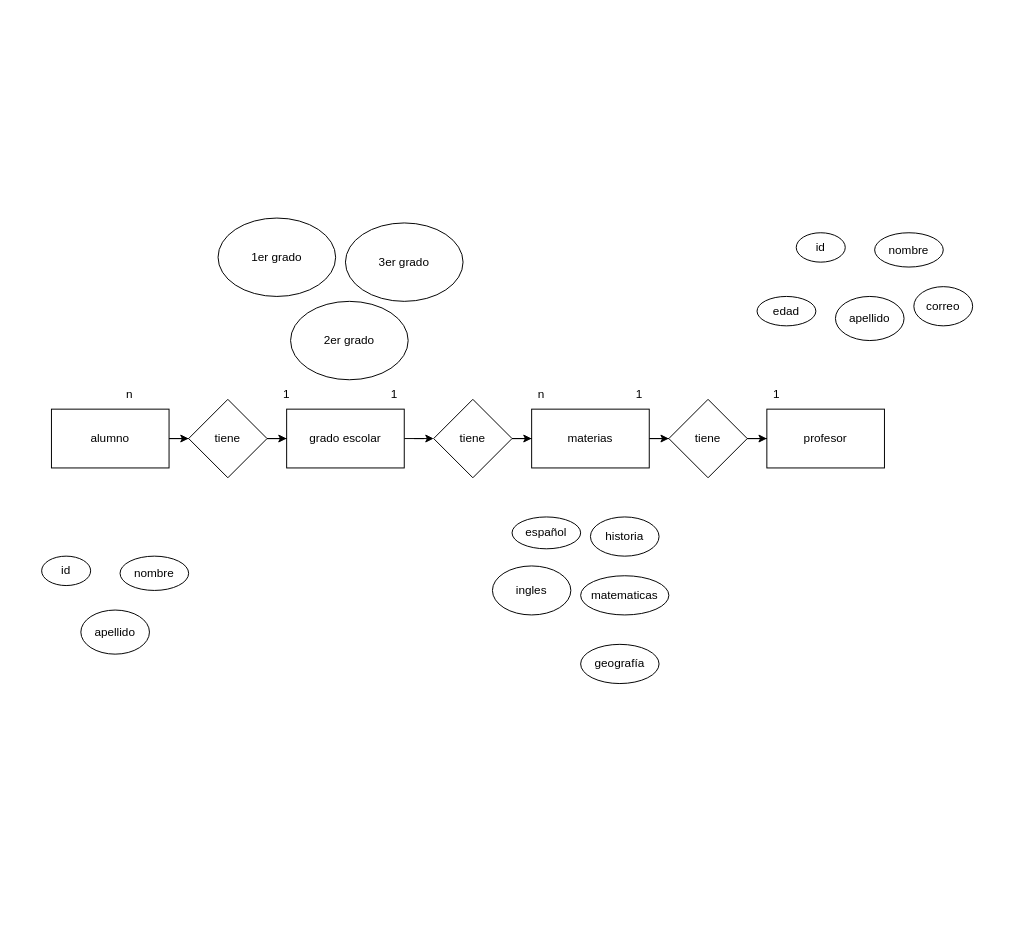
Earlier version of the draw.io diagram BaseDeDatos.drawio (zeykescamilla/ProyectoEscuela). Source tidied: cells renumbered, new cells numbered last; positions are measured from the earlier drawing's top-left corner, leaving out a move shared by most shapes. Both pictures are drawn from the tidied source at 98%, with x=0, y=0 at pixel (41, 218).
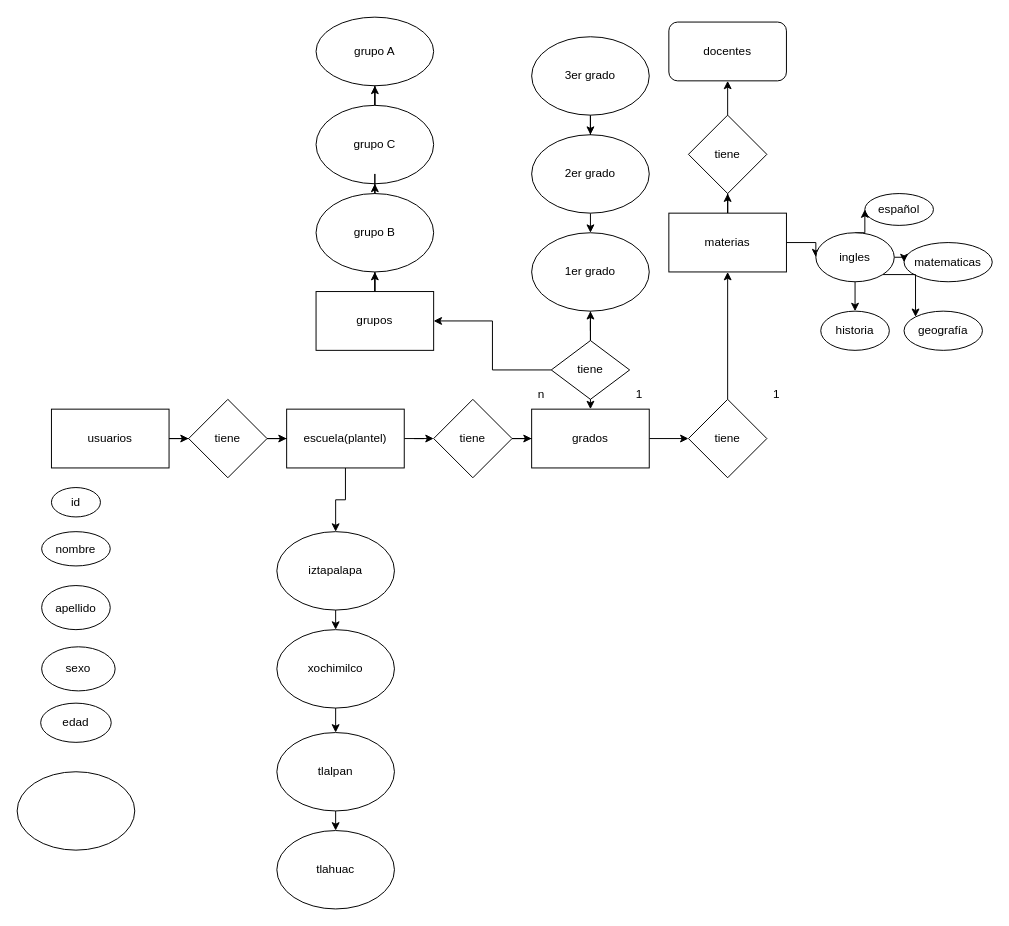
After the change.

Change to the diagram source:
```diff
@@
-    <mxCell id="3" value="alumno" style="rounded=0;whiteSpace=wrap;html=1;" parent="1" vertex="1">
+    <mxCell id="3" value="usuarios" style="rounded=0;whiteSpace=wrap;html=1;" parent="1" vertex="1">
       <mxGeometry x="10" y="195" width="120" height="60" as="geometry" />
     </mxCell>
@@
+    <mxCell id="37" style="edgeStyle=orthogonalEdgeStyle;rounded=0;jettySize=auto;html=1;exitX=0.5;exitY=1;exitDx=0;exitDy=0;" parent="1" edge="1" source="5" target="52">
+      <mxGeometry relative="1" as="geometry" />
+    </mxCell>
-    <mxCell id="5" value="grado escolar" style="rounded=0;whiteSpace=wrap;html=1;" parent="1" vertex="1">
+    <mxCell id="5" value="escuela(plantel)" style="rounded=0;whiteSpace=wrap;html=1;" parent="1" vertex="1">
       <mxGeometry x="250" y="195" width="120" height="60" as="geometry" />
     </mxCell>
@@
-    <mxCell id="7" value="materias" style="rounded=0;whiteSpace=wrap;html=1;" parent="1" vertex="1">
+    <mxCell id="7" value="grados" style="rounded=0;whiteSpace=wrap;html=1;" parent="1" vertex="1">
       <mxGeometry x="500" y="195" width="120" height="60" as="geometry" />
     </mxCell>
@@
-    <mxCell id="12" value="n" style="text;html=1;strokeColor=none;fillColor=none;align=center;verticalAlign=middle;whiteSpace=wrap;rounded=0;" parent="1" vertex="1">
-      <mxGeometry x="60" y="165" width="60" height="30" as="geometry" />
-    </mxCell>
-    <mxCell id="13" value="1" style="text;html=1;strokeColor=none;fillColor=none;align=center;verticalAlign=middle;whiteSpace=wrap;rounded=0;" parent="1" vertex="1">
-      <mxGeometry x="220" y="165" width="60" height="30" as="geometry" />
-    </mxCell>
-    <mxCell id="14" value="1" style="text;html=1;strokeColor=none;fillColor=none;align=center;verticalAlign=middle;whiteSpace=wrap;rounded=0;" parent="1" vertex="1">
-      <mxGeometry x="330" y="165" width="60" height="30" as="geometry" />
-    </mxCell>
@@
     <mxCell id="16" value="nombre" style="ellipse;whiteSpace=wrap;html=1;" parent="1" vertex="1">
-      <mxGeometry x="80" y="345" width="70" height="35" as="geometry" />
+      <mxGeometry y="320" width="70" height="35" as="geometry" />
     </mxCell>
     <mxCell id="17" value="apellido" style="ellipse;whiteSpace=wrap;html=1;" parent="1" vertex="1">
-      <mxGeometry x="40" y="400" width="70" height="45" as="geometry" />
+      <mxGeometry y="375" width="70" height="45" as="geometry" />
     </mxCell>
-    <mxCell id="18" value="correo" style="ellipse;whiteSpace=wrap;html=1;" parent="1" vertex="1">
-      <mxGeometry x="890" y="70" width="60" height="40" as="geometry" />
-    </mxCell>
     <mxCell id="19" value="id" style="ellipse;whiteSpace=wrap;html=1;" parent="1" vertex="1">
-      <mxGeometry y="345" width="50" height="30" as="geometry" />
+      <mxGeometry x="10" y="275" width="50" height="30" as="geometry" />
     </mxCell>
+    <mxCell id="38" style="edgeStyle=orthogonalEdgeStyle;rounded=0;jettySize=auto;html=1;exitX=1;exitY=0.5;exitDx=0;exitDy=0;entryX=0;entryY=0.5;entryDx=0;entryDy=0;" parent="1" edge="1" source="20" target="31">
+      <mxGeometry relative="1" as="geometry" />
+    </mxCell>
+    <mxCell id="39" style="edgeStyle=orthogonalEdgeStyle;rounded=0;jettySize=auto;html=1;exitX=0.5;exitY=0;exitDx=0;exitDy=0;" parent="1" edge="1" source="20" target="67">
+      <mxGeometry relative="1" as="geometry" />
+    </mxCell>
-    <mxCell id="20" value="profesor" style="rounded=0;whiteSpace=wrap;html=1;" parent="1" vertex="1">
-      <mxGeometry x="740" y="195" width="120" height="60" as="geometry" />
+    <mxCell id="20" value="materias" style="rounded=0;whiteSpace=wrap;html=1;" parent="1" vertex="1">
+      <mxGeometry x="640" y="-5" width="120" height="60" as="geometry" />
     </mxCell>
@@
     <mxCell id="24" value="tiene" style="rhombus;whiteSpace=wrap;html=1;" parent="1" vertex="1">
-      <mxGeometry x="640" y="185" width="80" height="80" as="geometry" />
+      <mxGeometry x="660" y="185" width="80" height="80" as="geometry" />
     </mxCell>
-    <mxCell id="25" value="apellido" style="ellipse;whiteSpace=wrap;html=1;" parent="1" vertex="1">
-      <mxGeometry x="810" y="80" width="70" height="45" as="geometry" />
-    </mxCell>
-    <mxCell id="26" value="nombre" style="ellipse;whiteSpace=wrap;html=1;" parent="1" vertex="1">
-      <mxGeometry x="850" y="15" width="70" height="35" as="geometry" />
-    </mxCell>
-    <mxCell id="27" value="id" style="ellipse;whiteSpace=wrap;html=1;" parent="1" vertex="1">
-      <mxGeometry x="770" y="15" width="50" height="30" as="geometry" />
-    </mxCell>
-    <mxCell id="28" value="edad" style="ellipse;whiteSpace=wrap;html=1;" parent="1" vertex="1">
-      <mxGeometry x="730" y="80" width="60" height="30" as="geometry" />
-    </mxCell>
     <mxCell id="29" value="español" style="ellipse;whiteSpace=wrap;html=1;" parent="1" vertex="1">
-      <mxGeometry x="480" y="305" width="70" height="32.5" as="geometry" />
+      <mxGeometry x="840" y="-25" width="70" height="32.5" as="geometry" />
     </mxCell>
     <mxCell id="30" value="matematicas" style="ellipse;whiteSpace=wrap;html=1;" parent="1" vertex="1">
-      <mxGeometry x="550" y="365" width="90" height="40" as="geometry" />
+      <mxGeometry x="880" y="25" width="90" height="40" as="geometry" />
     </mxCell>
+    <mxCell id="40" style="edgeStyle=orthogonalEdgeStyle;rounded=0;jettySize=auto;html=1;exitX=0.5;exitY=0;exitDx=0;exitDy=0;entryX=0;entryY=0.5;entryDx=0;entryDy=0;" parent="1" edge="1" source="31" target="29">
+      <mxGeometry relative="1" as="geometry" />
+    </mxCell>
+    <mxCell id="41" style="edgeStyle=orthogonalEdgeStyle;rounded=0;jettySize=auto;html=1;exitX=0.5;exitY=1;exitDx=0;exitDy=0;entryX=0.5;entryY=0;entryDx=0;entryDy=0;" parent="1" edge="1" source="31" target="36">
+      <mxGeometry relative="1" as="geometry" />
+    </mxCell>
+    <mxCell id="42" style="edgeStyle=orthogonalEdgeStyle;rounded=0;jettySize=auto;html=1;exitX=1;exitY=0.5;exitDx=0;exitDy=0;entryX=0;entryY=0.5;entryDx=0;entryDy=0;" parent="1" edge="1" source="31" target="30">
+      <mxGeometry relative="1" as="geometry" />
+    </mxCell>
+    <mxCell id="43" style="edgeStyle=orthogonalEdgeStyle;rounded=0;jettySize=auto;html=1;exitX=1;exitY=1;exitDx=0;exitDy=0;entryX=0;entryY=0;entryDx=0;entryDy=0;" parent="1" edge="1" source="31" target="35">
+      <mxGeometry relative="1" as="geometry" />
+    </mxCell>
     <mxCell id="31" value="ingles" style="ellipse;whiteSpace=wrap;html=1;" parent="1" vertex="1">
-      <mxGeometry x="460" y="355" width="80" height="50" as="geometry" />
+      <mxGeometry x="790" y="15" width="80" height="50" as="geometry" />
     </mxCell>
+    <mxCell id="44" style="edgeStyle=orthogonalEdgeStyle;rounded=0;jettySize=auto;html=1;exitX=0.5;exitY=1;exitDx=0;exitDy=0;entryX=0.5;entryY=0;entryDx=0;entryDy=0;" parent="1" edge="1" source="32" target="7">
+      <mxGeometry relative="1" as="geometry" />
+    </mxCell>
     <mxCell id="32" value="1er grado" style="ellipse;whiteSpace=wrap;html=1;" parent="1" vertex="1">
-      <mxGeometry x="180" width="120" height="80" as="geometry" />
+      <mxGeometry x="500" y="15" width="120" height="80" as="geometry" />
     </mxCell>
+    <mxCell id="45" style="edgeStyle=orthogonalEdgeStyle;rounded=0;jettySize=auto;html=1;exitX=0.5;exitY=1;exitDx=0;exitDy=0;" parent="1" edge="1" source="33">
+      <mxGeometry relative="1" as="geometry">
+        <mxPoint x="560" y="15" as="targetPoint" />
+      </mxGeometry>
+    </mxCell>
     <mxCell id="33" value="2er grado" style="ellipse;whiteSpace=wrap;html=1;" parent="1" vertex="1">
-      <mxGeometry x="254" y="85" width="120" height="80" as="geometry" />
+      <mxGeometry x="500" y="-85" width="120" height="80" as="geometry" />
     </mxCell>
+    <mxCell id="46" style="edgeStyle=orthogonalEdgeStyle;rounded=0;jettySize=auto;html=1;exitX=0.5;exitY=1;exitDx=0;exitDy=0;" parent="1" edge="1" source="34" target="33">
+      <mxGeometry relative="1" as="geometry" />
+    </mxCell>
     <mxCell id="34" value="3er grado" style="ellipse;whiteSpace=wrap;html=1;" parent="1" vertex="1">
-      <mxGeometry x="310" y="5" width="120" height="80" as="geometry" />
+      <mxGeometry x="500" y="-185" width="120" height="80" as="geometry" />
     </mxCell>
     <mxCell id="35" value="geografía" style="ellipse;whiteSpace=wrap;html=1;" parent="1" vertex="1">
-      <mxGeometry x="550" y="435" width="80" height="40" as="geometry" />
+      <mxGeometry x="880" y="95" width="80" height="40" as="geometry" />
     </mxCell>
     <mxCell id="36" value="historia" style="ellipse;whiteSpace=wrap;html=1;" parent="1" vertex="1">
-      <mxGeometry x="560" y="305" width="70" height="40" as="geometry" />
+      <mxGeometry x="795" y="95" width="70" height="40" as="geometry" />
     </mxCell>
+    <mxCell id="47" style="edgeStyle=orthogonalEdgeStyle;rounded=0;jettySize=auto;html=1;exitX=0.5;exitY=1;exitDx=0;exitDy=0;entryX=0.5;entryY=0;entryDx=0;entryDy=0;" parent="1" edge="1" source="48" target="50">
+      <mxGeometry relative="1" as="geometry" />
+    </mxCell>
+    <mxCell id="48" value="xochimilco" style="ellipse;whiteSpace=wrap;html=1;" parent="1" vertex="1">
+      <mxGeometry x="240" y="420" width="120" height="80" as="geometry" />
+    </mxCell>
+    <mxCell id="49" style="edgeStyle=orthogonalEdgeStyle;rounded=0;jettySize=auto;html=1;exitX=0.5;exitY=1;exitDx=0;exitDy=0;entryX=0.5;entryY=0;entryDx=0;entryDy=0;" parent="1" edge="1" source="50" target="53">
+      <mxGeometry relative="1" as="geometry" />
+    </mxCell>
+    <mxCell id="50" value="tlalpan" style="ellipse;whiteSpace=wrap;html=1;" parent="1" vertex="1">
+      <mxGeometry x="240" y="525" width="120" height="80" as="geometry" />
+    </mxCell>
+    <mxCell id="51" style="edgeStyle=orthogonalEdgeStyle;rounded=0;jettySize=auto;html=1;exitX=0.5;exitY=1;exitDx=0;exitDy=0;entryX=0.5;entryY=0;entryDx=0;entryDy=0;" parent="1" edge="1" source="52" target="48">
+      <mxGeometry relative="1" as="geometry" />
+    </mxCell>
+    <mxCell id="52" value="iztapalapa" style="ellipse;whiteSpace=wrap;html=1;" parent="1" vertex="1">
+      <mxGeometry x="240" y="320" width="120" height="80" as="geometry" />
+    </mxCell>
+    <mxCell id="53" value="tlahuac" style="ellipse;whiteSpace=wrap;html=1;" parent="1" vertex="1">
+      <mxGeometry x="240" y="625" width="120" height="80" as="geometry" />
+    </mxCell>
+    <mxCell id="54" value="sexo" style="ellipse;whiteSpace=wrap;html=1;" parent="1" vertex="1">
+      <mxGeometry y="437.5" width="75" height="45" as="geometry" />
+    </mxCell>
+    <mxCell id="28" value="edad" style="ellipse;whiteSpace=wrap;html=1;" parent="1" vertex="1">
+      <mxGeometry x="-1" y="495" width="72" height="40" as="geometry" />
+    </mxCell>
+    <mxCell id="55" style="ellipse;whiteSpace=wrap;html=1;" parent="1" vertex="1">
+      <mxGeometry x="-25" y="565" width="120" height="80" as="geometry" />
+    </mxCell>
+    <mxCell id="56" style="edgeStyle=orthogonalEdgeStyle;rounded=0;jettySize=auto;html=1;exitX=0.5;exitY=0;exitDx=0;exitDy=0;" parent="1" edge="1" source="57" target="65">
+      <mxGeometry relative="1" as="geometry" />
+    </mxCell>
+    <mxCell id="57" value="grupos" style="rounded=0;whiteSpace=wrap;html=1;" parent="1" vertex="1">
+      <mxGeometry x="280" y="75" width="120" height="60" as="geometry" />
+    </mxCell>
+    <mxCell id="58" value="grupo A" style="ellipse;whiteSpace=wrap;html=1;" parent="1" vertex="1">
+      <mxGeometry x="280" y="-205" width="120" height="70" as="geometry" />
+    </mxCell>
+    <mxCell id="59" style="edgeStyle=orthogonalEdgeStyle;rounded=0;jettySize=auto;html=1;" parent="1" edge="1" source="61" target="32">
+      <mxGeometry relative="1" as="geometry" />
+    </mxCell>
+    <mxCell id="60" style="edgeStyle=orthogonalEdgeStyle;rounded=0;jettySize=auto;html=1;entryX=1;entryY=0.5;entryDx=0;entryDy=0;" parent="1" edge="1" source="61" target="57">
+      <mxGeometry relative="1" as="geometry" />
+    </mxCell>
+    <mxCell id="61" value="tiene" style="rhombus;whiteSpace=wrap;html=1;" parent="1" vertex="1">
+      <mxGeometry x="520" y="125" width="80" height="60" as="geometry" />
+    </mxCell>
+    <mxCell id="62" style="edgeStyle=orthogonalEdgeStyle;rounded=0;jettySize=auto;html=1;exitX=0.5;exitY=0;exitDx=0;exitDy=0;" parent="1" edge="1" source="63" target="58">
+      <mxGeometry relative="1" as="geometry" />
+    </mxCell>
+    <mxCell id="63" value="grupo C" style="ellipse;whiteSpace=wrap;html=1;" parent="1" vertex="1">
+      <mxGeometry x="280" y="-115" width="120" height="80" as="geometry" />
+    </mxCell>
+    <mxCell id="64" style="edgeStyle=orthogonalEdgeStyle;rounded=0;jettySize=auto;html=1;exitX=0.5;exitY=0;exitDx=0;exitDy=0;" parent="1" edge="1" source="65" target="63">
+      <mxGeometry relative="1" as="geometry" />
+    </mxCell>
+    <mxCell id="65" value="grupo B" style="ellipse;whiteSpace=wrap;html=1;" parent="1" vertex="1">
+      <mxGeometry x="280" y="-25" width="120" height="80" as="geometry" />
+    </mxCell>
+    <mxCell id="66" style="edgeStyle=orthogonalEdgeStyle;rounded=0;jettySize=auto;html=1;exitX=0.5;exitY=0;exitDx=0;exitDy=0;entryX=0.5;entryY=1;entryDx=0;entryDy=0;" parent="1" edge="1" source="67" target="68">
+      <mxGeometry relative="1" as="geometry" />
+    </mxCell>
+    <mxCell id="67" value="tiene" style="rhombus;whiteSpace=wrap;html=1;" parent="1" vertex="1">
+      <mxGeometry x="660" y="-105" width="80" height="80" as="geometry" />
+    </mxCell>
+    <mxCell id="68" value="docentes" style="rounded=1;whiteSpace=wrap;html=1;" parent="1" vertex="1">
+      <mxGeometry x="640" y="-200" width="120" height="60" as="geometry" />
+    </mxCell>
```
